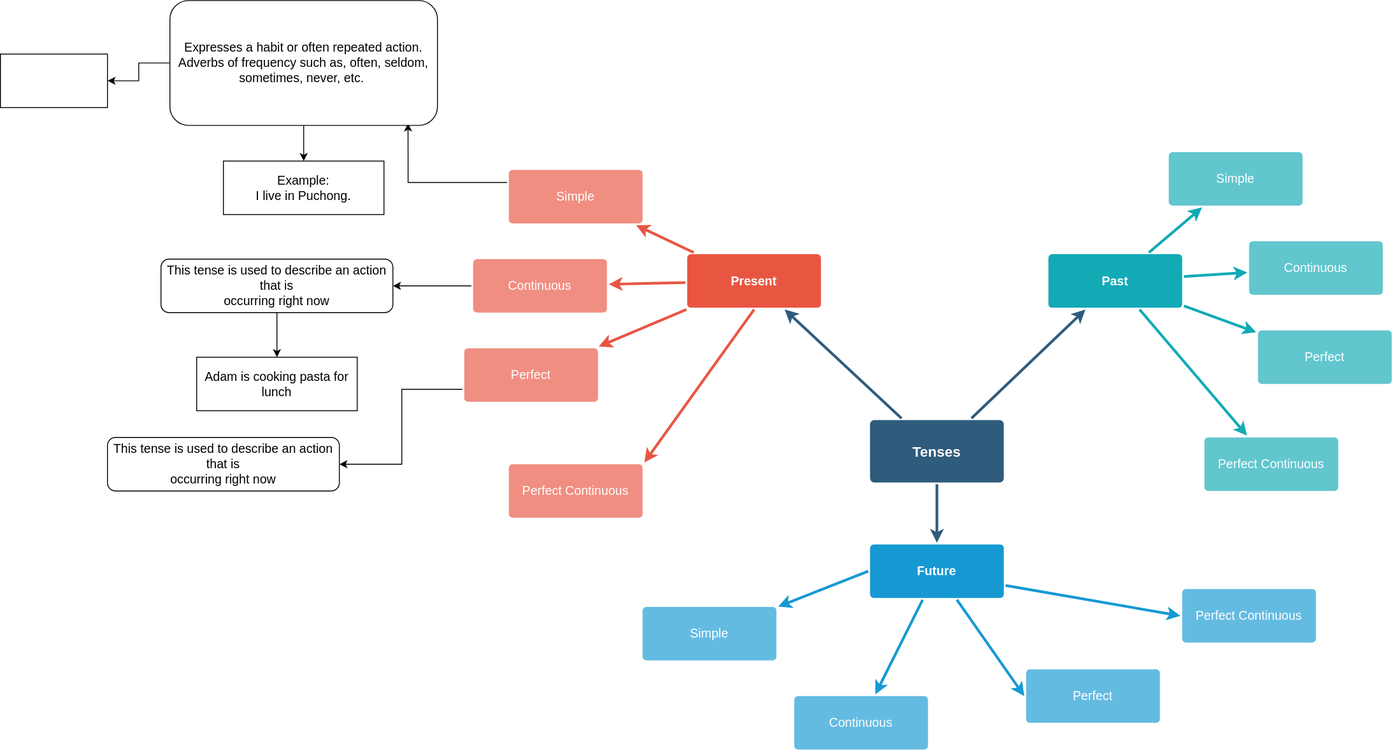
This is Tense.drawio.svg from mhrk04/WED10402-CE, a draw.io export, as it was before one commit. Source tidied: cells renumbered, new cells last; positions are measured from the earlier drawing's top-left corner, leaving out a move shared by most shapes.
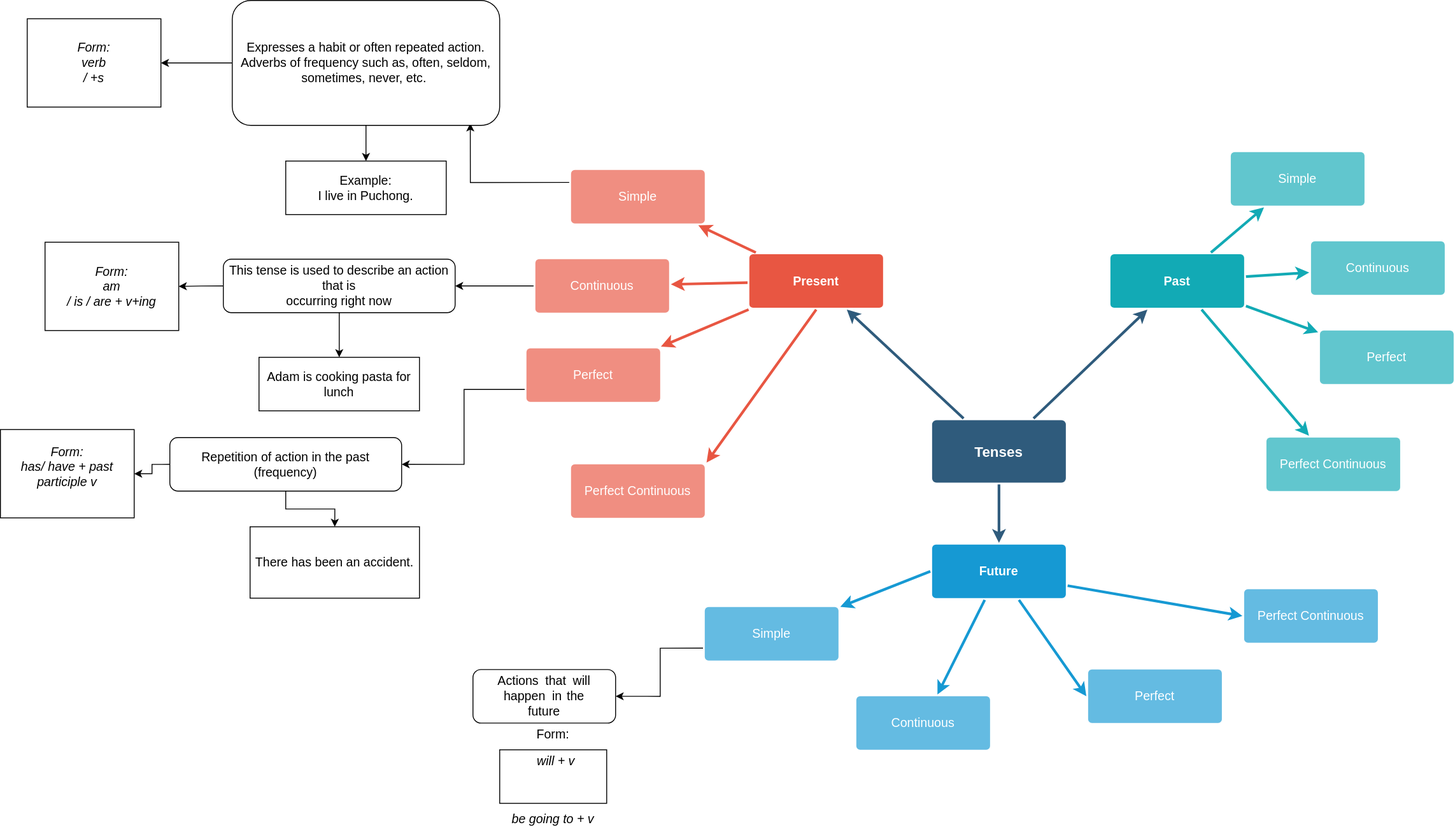
The same file after the commit.

Diff of the diagram source:
```diff
@@ -62,6 +62,9 @@
     <mxCell id="21" value="Continuous" style="rounded=1;whiteSpace=wrap;html=1;shadow=0;labelBackgroundColor=none;strokeColor=none;strokeWidth=3;fillColor=#64bbe2;fontFamily=Helvetica;fontSize=14;fontColor=#FFFFFF;align=center;spacing=5;arcSize=7;perimeterSpacing=2;" parent="1" vertex="1">
       <mxGeometry x="890" y="780" width="150" height="60" as="geometry" />
     </mxCell>
+    <mxCell id="45" style="edgeStyle=orthogonalEdgeStyle;rounded=0;jettySize=auto;html=1;exitX=0;exitY=0.75;exitDx=0;exitDy=0;entryX=1;entryY=0.5;entryDx=0;entryDy=0;fontSize=14;" parent="1" edge="1" source="22" target="52">
+      <mxGeometry relative="1" as="geometry" />
+    </mxCell>
     <mxCell id="22" value="Simple" style="rounded=1;whiteSpace=wrap;html=1;shadow=0;labelBackgroundColor=none;strokeColor=none;strokeWidth=3;fillColor=#64bbe2;fontFamily=Helvetica;fontSize=14;fontColor=#FFFFFF;align=center;spacing=5;arcSize=7;perimeterSpacing=2;" parent="1" vertex="1">
       <mxGeometry x="720" y="680" width="150" height="60" as="geometry" />
     </mxCell>
@@ -119,17 +122,41 @@
     <mxCell id="40" style="edgeStyle=orthogonalEdgeStyle;rounded=0;jettySize=auto;html=1;exitX=0.5;exitY=1;exitDx=0;exitDy=0;entryX=0.5;entryY=0;entryDx=0;entryDy=0;fontSize=14;" parent="1" edge="1" source="41" target="42">
       <mxGeometry relative="1" as="geometry" />
     </mxCell>
+    <mxCell id="46" style="edgeStyle=orthogonalEdgeStyle;rounded=0;jettySize=auto;html=1;exitX=0;exitY=0.5;exitDx=0;exitDy=0;entryX=1;entryY=0.5;entryDx=0;entryDy=0;fontSize=14;" parent="1" edge="1" source="41" target="50">
+      <mxGeometry relative="1" as="geometry" />
+    </mxCell>
     <mxCell id="41" value="This tense is used to describe an action that is&lt;br/&gt;occurring right now" style="rounded=1;whiteSpace=wrap;html=1;fontSize=14;" parent="1" vertex="1">
       <mxGeometry x="180" y="290" width="260" height="60" as="geometry" />
     </mxCell>
     <mxCell id="42" value="Adam is cooking pasta for lunch" style="rounded=0;whiteSpace=wrap;html=1;fontSize=14;" parent="1" vertex="1">
       <mxGeometry x="220" y="400" width="180" height="60" as="geometry" />
     </mxCell>
+    <mxCell id="47" style="edgeStyle=orthogonalEdgeStyle;rounded=0;jettySize=auto;html=1;exitX=0.5;exitY=1;exitDx=0;exitDy=0;entryX=0.5;entryY=0;entryDx=0;entryDy=0;fontSize=14;" parent="1" edge="1" source="43" target="49">
+      <mxGeometry relative="1" as="geometry" />
+    </mxCell>
+    <mxCell id="48" style="edgeStyle=orthogonalEdgeStyle;rounded=0;jettySize=auto;html=1;exitX=0;exitY=0.5;exitDx=0;exitDy=0;entryX=1;entryY=0.5;entryDx=0;entryDy=0;fontSize=14;" parent="1" edge="1" source="43" target="51">
+      <mxGeometry relative="1" as="geometry" />
+    </mxCell>
-    <mxCell id="43" value="This tense is used to describe an action that is&lt;br/&gt;occurring right now" style="rounded=1;whiteSpace=wrap;html=1;fontSize=14;" parent="1" vertex="1">
+    <mxCell id="43" value="&lt;p style=&quot;margin-top:0in;margin-right:16.4pt;margin-bottom:&lt;br/&gt;0in;margin-left:22.5pt;margin-bottom:.0001pt;text-align:justify;text-indent:&lt;br/&gt;-13.5pt;mso-list:l0 level1 lfo1;tab-stops:23.3pt;layout-grid-mode:char;&lt;br/&gt;mso-layout-grid-align:none&quot; class=&quot;TableParagraph&quot;&gt;&lt;span style=&quot;font-size:12.0pt;font-family:&amp;quot;Cambria&amp;quot;,serif;mso-fareast-font-family:&lt;br/&gt;Arial;mso-bidi-font-family:Arial&quot; lang=&quot;EN-US&quot;&gt;Repetition of action in the past&lt;br/&gt;(frequency)&lt;/span&gt;&lt;/p&gt;" style="rounded=1;whiteSpace=wrap;html=1;fontSize=14;" parent="1" vertex="1">
       <mxGeometry x="120" y="490" width="260" height="60" as="geometry" />
     </mxCell>
-    <mxCell id="44" style="rounded=0;whiteSpace=wrap;html=1;fontSize=14;" parent="1" vertex="1">
-      <mxGeometry y="60" width="120" height="60" as="geometry" />
+    <mxCell id="44" value="&lt;i style=&quot;mso-bidi-font-style:normal&quot;&gt;&lt;span lang=&quot;EN-GB&quot;&gt;Form:&lt;br&gt;&lt;/span&gt;&lt;/i&gt;&lt;i&gt;&lt;span style=&quot;font-size:12.0pt;line-height:107%;font-family:&amp;quot;Cambria&amp;quot;,serif;&lt;br/&gt;mso-fareast-font-family:Calibri;mso-bidi-font-family:Arial;color:#232021;&lt;br/&gt;mso-ansi-language:EN-GB;mso-fareast-language:EN-US;mso-bidi-language:AR-SA&quot; lang=&quot;EN-GB&quot;&gt;verb&lt;br/&gt;/ +s&lt;/span&gt;&lt;/i&gt;" style="rounded=0;whiteSpace=wrap;html=1;fontSize=14;" parent="1" vertex="1">
+      <mxGeometry x="-40" y="20.5" width="150" height="99" as="geometry" />
     </mxCell>
+    <mxCell id="49" value="There has been an accident." style="rounded=0;whiteSpace=wrap;html=1;fontSize=14;" parent="1" vertex="1">
+      <mxGeometry x="210" y="590" width="190" height="80" as="geometry" />
+    </mxCell>
+    <mxCell id="50" value="&lt;i&gt;&lt;span lang=&quot;EN-GB&quot;&gt;Form: &lt;br&gt;am&lt;br&gt;/ is / are + v+ing&lt;/span&gt;&lt;/i&gt;" style="rounded=0;whiteSpace=wrap;html=1;fontSize=14;" parent="1" vertex="1">
+      <mxGeometry x="-20" y="271" width="150" height="99" as="geometry" />
+    </mxCell>
+    <mxCell id="51" value="&lt;i style=&quot;mso-bidi-font-style:normal&quot;&gt;&lt;span lang=&quot;EN-GB&quot;&gt;Form:&lt;br&gt;has/ have + past participle v&lt;/span&gt;&lt;/i&gt;&lt;br&gt;&lt;br&gt;" style="rounded=0;whiteSpace=wrap;html=1;fontSize=14;" parent="1" vertex="1">
+      <mxGeometry x="-70" y="481" width="150" height="99" as="geometry" />
+    </mxCell>
+    <mxCell id="52" value="&lt;span style=&quot;font-size:12.0pt;line-height:&lt;br/&gt;107%;font-family:&amp;quot;Cambria&amp;quot;,serif;mso-fareast-font-family:Calibri;mso-bidi-font-family:&lt;br/&gt;Arial;color:#232021;mso-ansi-language:EN-GB;mso-fareast-language:EN-US;&lt;br/&gt;mso-bidi-language:AR-SA&quot; lang=&quot;EN-GB&quot;&gt;Actions&lt;span style=&quot;letter-spacing:2.75pt&quot;&gt; &lt;/span&gt;that&lt;span style=&quot;letter-spacing:2.75pt&quot;&gt; &lt;/span&gt;will&lt;span style=&quot;letter-spacing:2.75pt&quot;&gt; &lt;/span&gt;happen&lt;span style=&quot;letter-spacing:2.75pt&quot;&gt; &lt;/span&gt;in&lt;span style=&quot;letter-spacing:1.25pt&quot;&gt; &lt;/span&gt;the&lt;br/&gt;future&lt;/span&gt;" style="rounded=1;whiteSpace=wrap;html=1;fontSize=14;" parent="1" vertex="1">
+      <mxGeometry x="460" y="750" width="160" height="60" as="geometry" />
+    </mxCell>
+    <mxCell id="53" value="Form:&lt;br&gt;&lt;p style=&quot;margin-left: 5pt;&quot; align=&quot;center&quot; class=&quot;TableParagraph&quot;&gt;&lt;i&gt;&lt;span style=&quot;font-size:12.0pt;font-family:&amp;quot;Cambria&amp;quot;,serif;&lt;br/&gt;mso-bidi-font-family:Arial;color:#232021&quot; lang=&quot;EN-US&quot;&gt;will + v&lt;/span&gt;&lt;/i&gt;&lt;/p&gt;&lt;br/&gt;&lt;br/&gt;&lt;i&gt;&lt;span style=&quot;font-size:12.0pt;&lt;br/&gt;line-height:107%;font-family:&amp;quot;Cambria&amp;quot;,serif;mso-fareast-font-family:Calibri;&lt;br/&gt;mso-bidi-font-family:Arial;color:#232021;mso-ansi-language:EN-GB;mso-fareast-language:&lt;br/&gt;EN-US;mso-bidi-language:AR-SA&quot; lang=&quot;EN-GB&quot;&gt;be going to + v&lt;/span&gt;&lt;/i&gt;" style="rounded=0;whiteSpace=wrap;html=1;fontSize=14;" parent="1" vertex="1">
+      <mxGeometry x="490" y="840" width="120" height="60" as="geometry" />
+    </mxCell>
   </root>
 </mxGraphModel>
```
